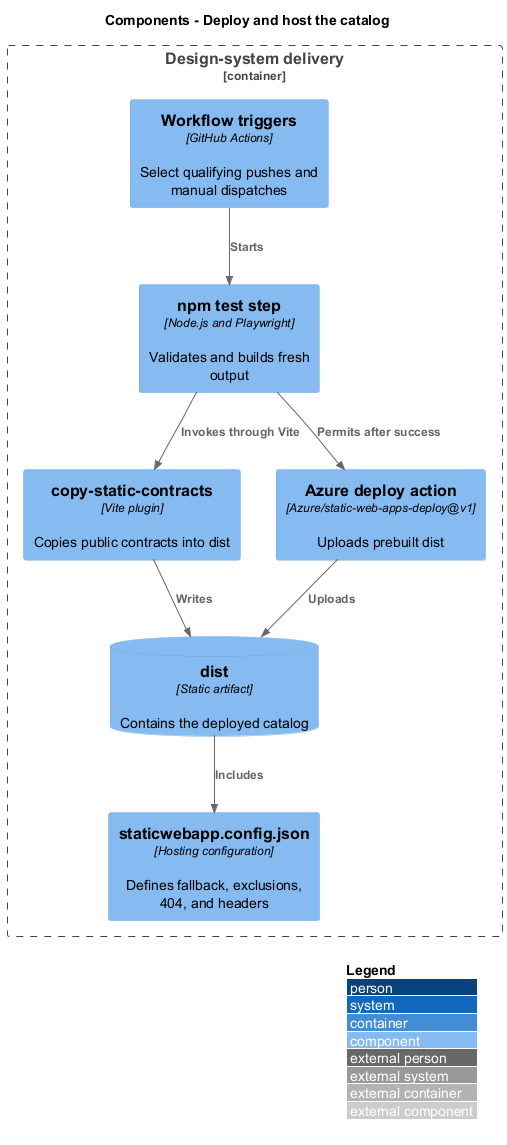
Before: docs/detailed-designs/design-system/deploy-and-host-catalog/diagrams/c4-component.png, a diagram exported from PlantUML (QuinntyneBrown/saturdaze). The source it was exported from:
```plantuml
@startuml
!include <C4/C4_Component>
LAYOUT_WITH_LEGEND()
title Components - Deploy and host the catalog
Container_Boundary(delivery, "Design-system delivery") {
  Component(trigger, "Workflow triggers", "GitHub Actions", "Select qualifying pushes and manual dispatches")
  Component(quality, "npm test step", "Node.js and Playwright", "Validates and builds fresh output")
  Component(build, "copy-static-contracts", "Vite plugin", "Copies public contracts into dist")
  Component(upload, "Azure deploy action", "Azure/static-web-apps-deploy@v1", "Uploads prebuilt dist")
  Component(hosting, "staticwebapp.config.json", "Hosting configuration", "Defines fallback, exclusions, 404, and headers")
  ComponentDb(dist, "dist", "Static artifact", "Contains the deployed catalog")
}
Rel(trigger, quality, "Starts")
Rel(quality, build, "Invokes through Vite")
Rel(build, dist, "Writes")
Rel(quality, upload, "Permits after success")
Rel(upload, dist, "Uploads")
Rel(dist, hosting, "Includes")
@enduml
```
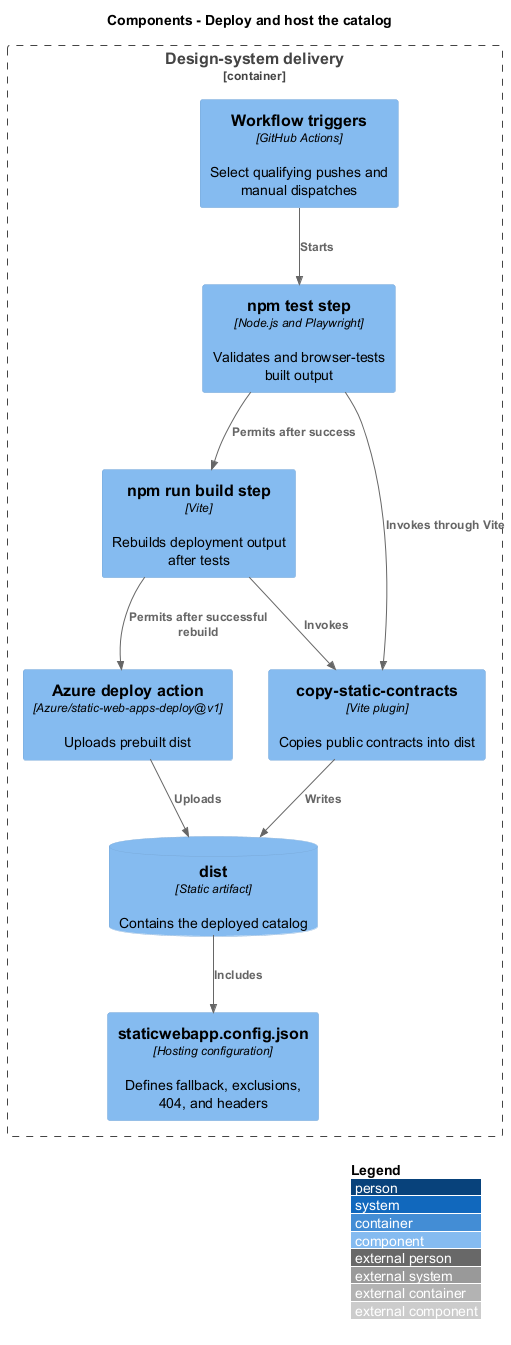
The same file after the commit.

Diff of the diagram source:
```diff
@@ -4,7 +4,8 @@
 title Components - Deploy and host the catalog
 Container_Boundary(delivery, "Design-system delivery") {
   Component(trigger, "Workflow triggers", "GitHub Actions", "Select qualifying pushes and manual dispatches")
-  Component(quality, "npm test step", "Node.js and Playwright", "Validates and builds fresh output")
+  Component(quality, "npm test step", "Node.js and Playwright", "Validates and browser-tests built output")
+  Component(explicitbuild, "npm run build step", "Vite", "Rebuilds deployment output after tests")
   Component(build, "copy-static-contracts", "Vite plugin", "Copies public contracts into dist")
   Component(upload, "Azure deploy action", "Azure/static-web-apps-deploy@v1", "Uploads prebuilt dist")
   Component(hosting, "staticwebapp.config.json", "Hosting configuration", "Defines fallback, exclusions, 404, and headers")
@@ -13,7 +14,9 @@
 Rel(trigger, quality, "Starts")
 Rel(quality, build, "Invokes through Vite")
 Rel(build, dist, "Writes")
-Rel(quality, upload, "Permits after success")
+Rel(quality, explicitbuild, "Permits after success")
+Rel(explicitbuild, build, "Invokes")
+Rel(explicitbuild, upload, "Permits after successful rebuild")
 Rel(upload, dist, "Uploads")
 Rel(dist, hosting, "Includes")
 @enduml
```
